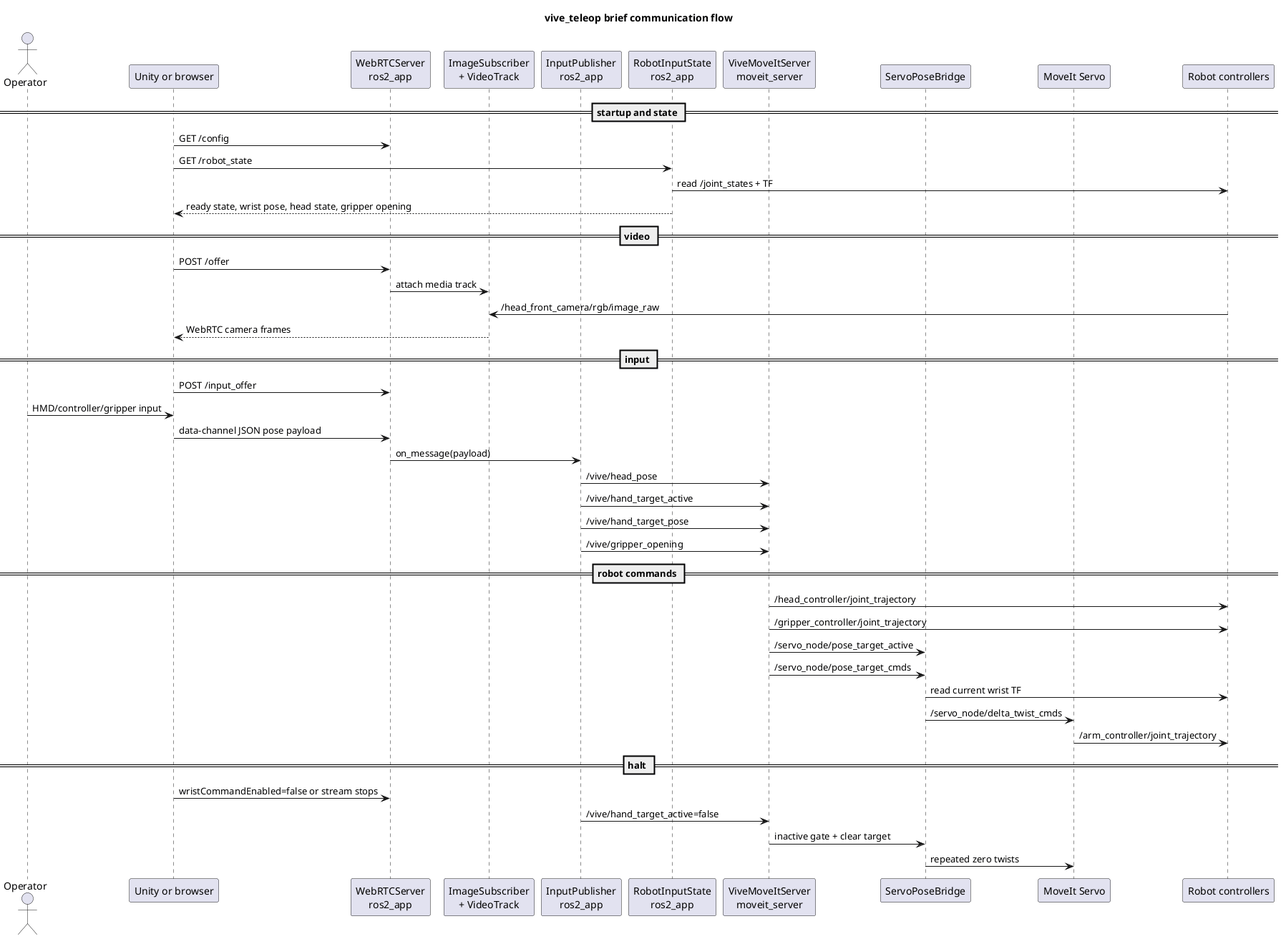
Before: docs/architecture/communication/data-flow.png, a diagram exported from PlantUML (ichores-research/vive_teleop). Source of this version:
```plantuml
@startuml
title vive_teleop brief communication flow

skinparam shadowing false
skinparam defaultFontName Monospace

actor Operator
participant "Unity or browser" as Client
participant "WebRTCServer\nros2_app" as Server
participant "ImageSubscriber\n+ VideoTrack" as Video
participant "InputPublisher\nros2_app" as Input
participant "RobotInputState\nros2_app" as Snapshot
participant "ViveMoveItServer\nmoveit_server" as Teleop
participant "ServoPoseBridge" as Bridge
participant "MoveIt Servo" as Servo
participant "Robot controllers" as Robot

== startup and state ==
Client -> Server : GET /config
Client -> Snapshot : GET /robot_state
Snapshot -> Robot : read /joint_states + TF
Snapshot --> Client : ready state, wrist pose, head state, gripper opening

== video ==
Client -> Server : POST /offer
Server -> Video : attach media track
Robot -> Video : /head_front_camera/rgb/image_raw
Video --> Client : WebRTC camera frames

== input ==
Client -> Server : POST /input_offer
Operator -> Client : HMD/controller/gripper input
Client -> Server : data-channel JSON pose payload
Server -> Input : on_message(payload)
Input -> Teleop : /vive/head_pose
Input -> Teleop : /vive/hand_target_active
Input -> Teleop : /vive/hand_target_pose
Input -> Teleop : /vive/gripper_opening

== robot commands ==
Teleop -> Robot : /head_controller/joint_trajectory
Teleop -> Robot : /gripper_controller/joint_trajectory
Teleop -> Bridge : /servo_node/pose_target_active
Teleop -> Bridge : /servo_node/pose_target_cmds
Bridge -> Robot : read current wrist TF
Bridge -> Servo : /servo_node/delta_twist_cmds
Servo -> Robot : /arm_controller/joint_trajectory

== halt ==
Client -> Server : wristCommandEnabled=false or stream stops
Input -> Teleop : /vive/hand_target_active=false
Teleop -> Bridge : inactive gate + clear target
Bridge -> Servo : repeated zero twists

@enduml
```
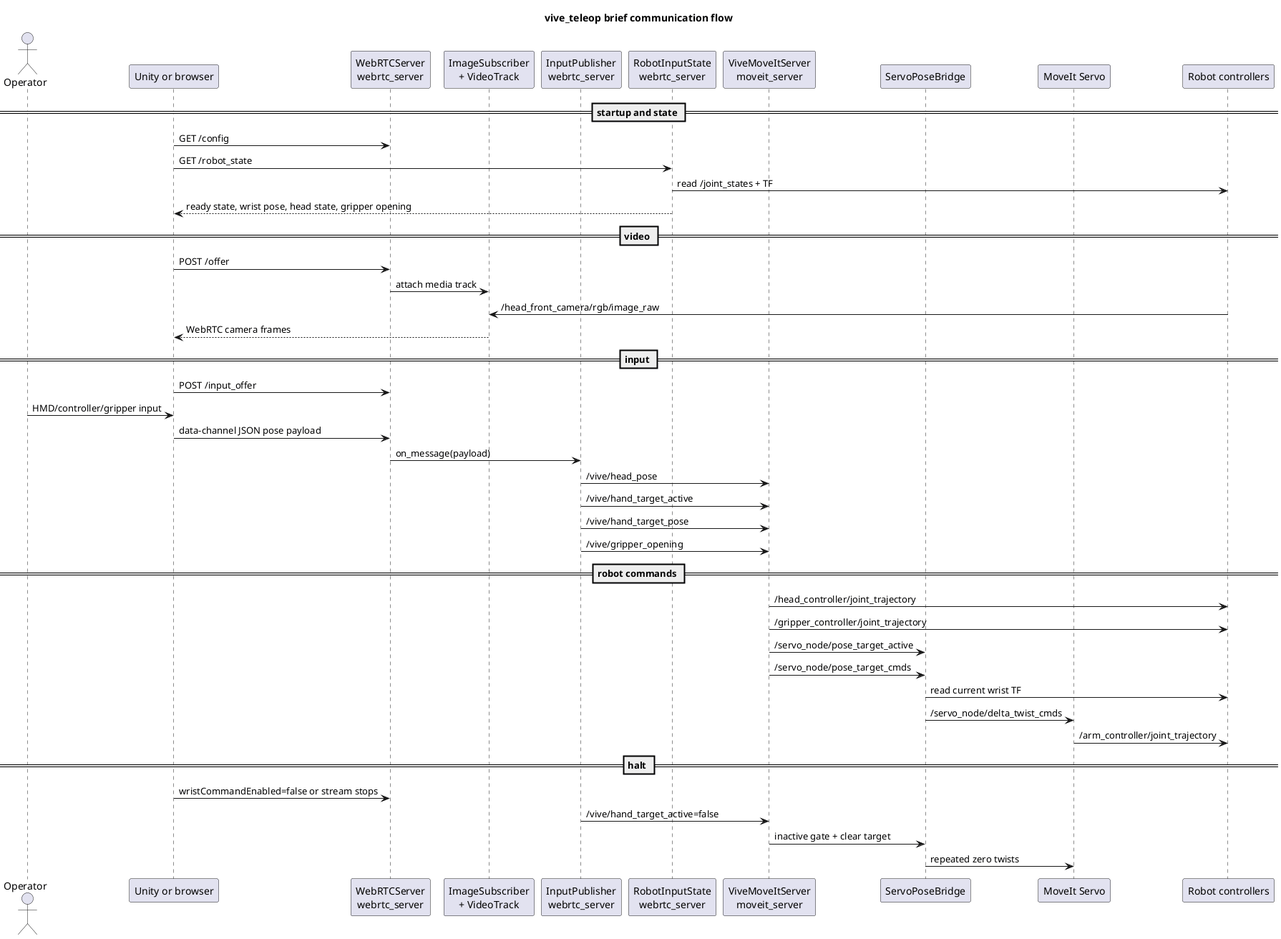
Above is the later version.

What changed in the source:
```diff
@@ -6,10 +6,10 @@
 
 actor Operator
 participant "Unity or browser" as Client
-participant "WebRTCServer\nros2_app" as Server
+participant "WebRTCServer\nwebrtc_server" as Server
 participant "ImageSubscriber\n+ VideoTrack" as Video
-participant "InputPublisher\nros2_app" as Input
-participant "RobotInputState\nros2_app" as Snapshot
+participant "InputPublisher\nwebrtc_server" as Input
+participant "RobotInputState\nwebrtc_server" as Snapshot
 participant "ViveMoveItServer\nmoveit_server" as Teleop
 participant "ServoPoseBridge" as Bridge
 participant "MoveIt Servo" as Servo
```
